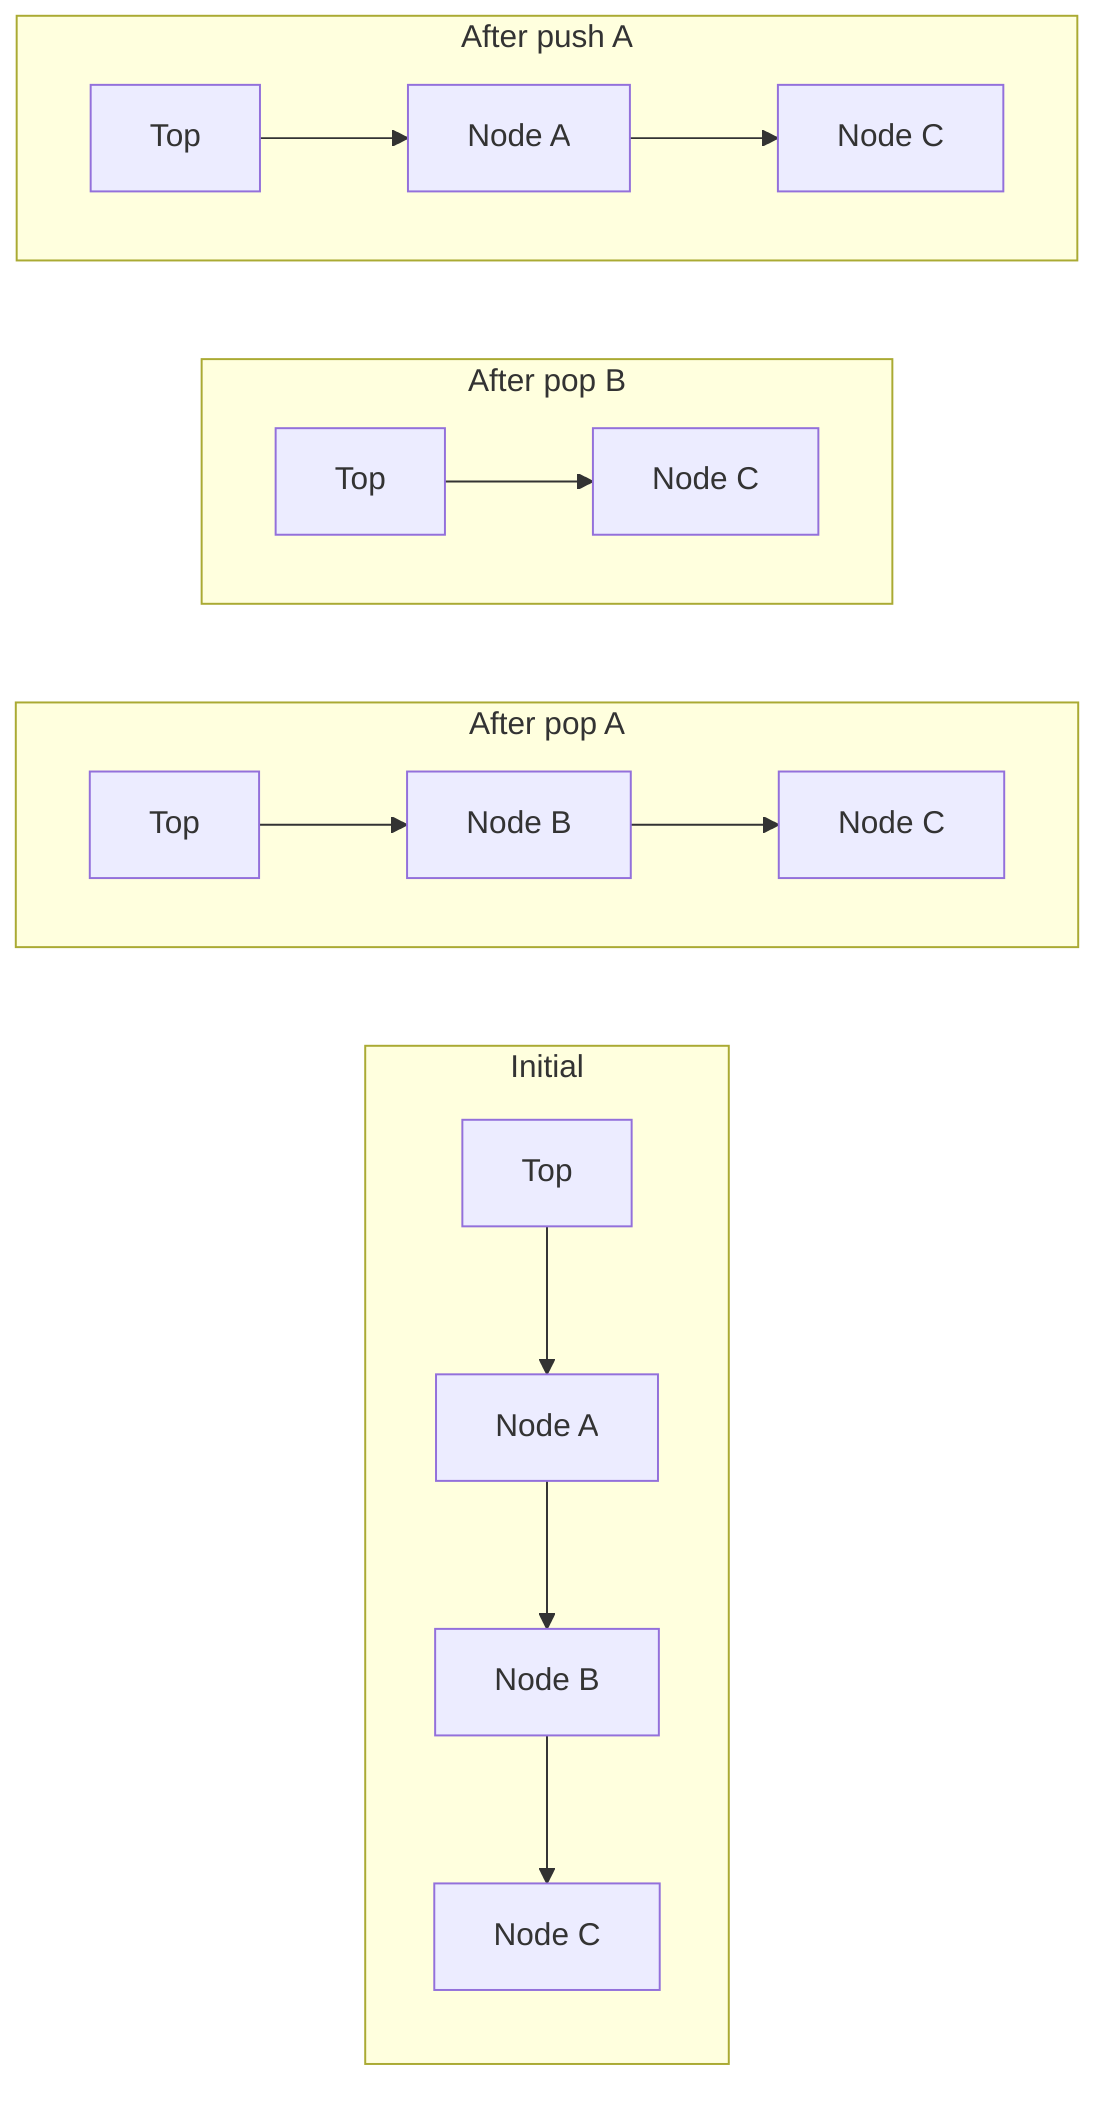
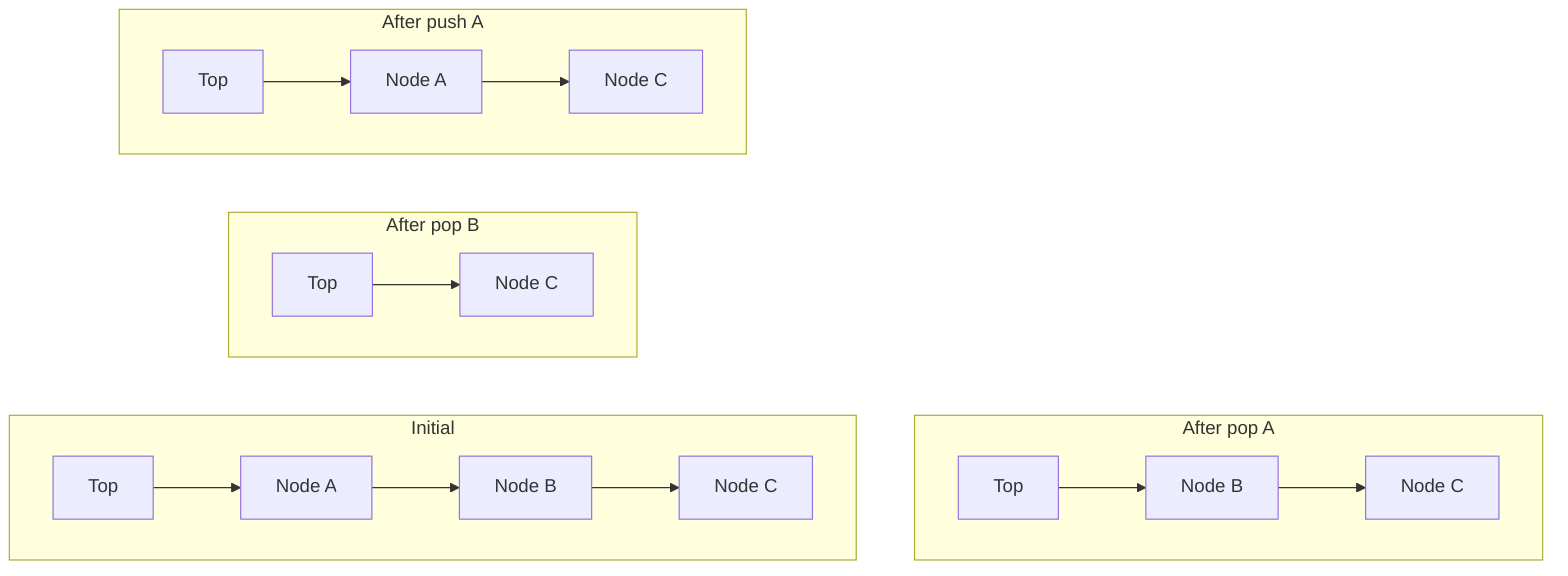
graph LR
    subgraph Initial
+         direction LR
        top1["Top"] --> A1["Node A"]
        A1 --> B1["Node B"]
        B1 --> C1["Node C"]
    end
    subgraph After_pop_A["After pop A"]
        direction LR
        top2["Top"] --> B2["Node B"]
        B2 --> C2["Node C"]
    end
    subgraph After_pop_B["After pop B"]
        direction LR
        top3["Top"] --> C3["Node C"]
    end
    subgraph After_push_A["After push A"]
        direction LR
        top4["Top"] --> A4["Node A"]
        A4 --> C4["Node C"]
-     end+     end    top1 ~~~ top2
